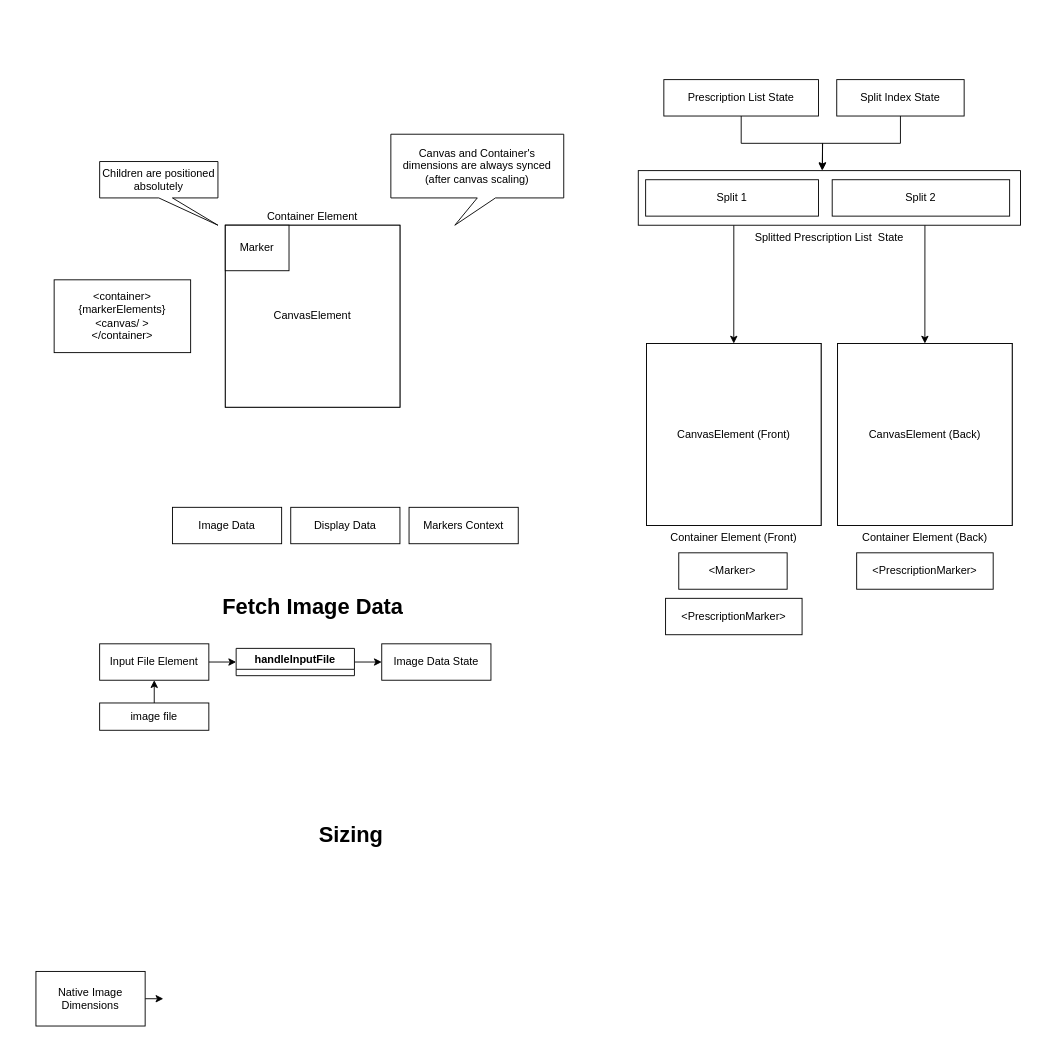
Before: page "Display" (3 of 9) of flowchart.drawio in jogaleon/prescription-writing-react-ts, a draw.io diagram. Source tidied: cells renumbered, new cells numbered last; positions are measured from the earlier drawing's top-left corner, leaving out a move shared by most shapes. Both pictures are drawn from the tidied source at 91%, with x=0, y=0 at pixel (35, 79).
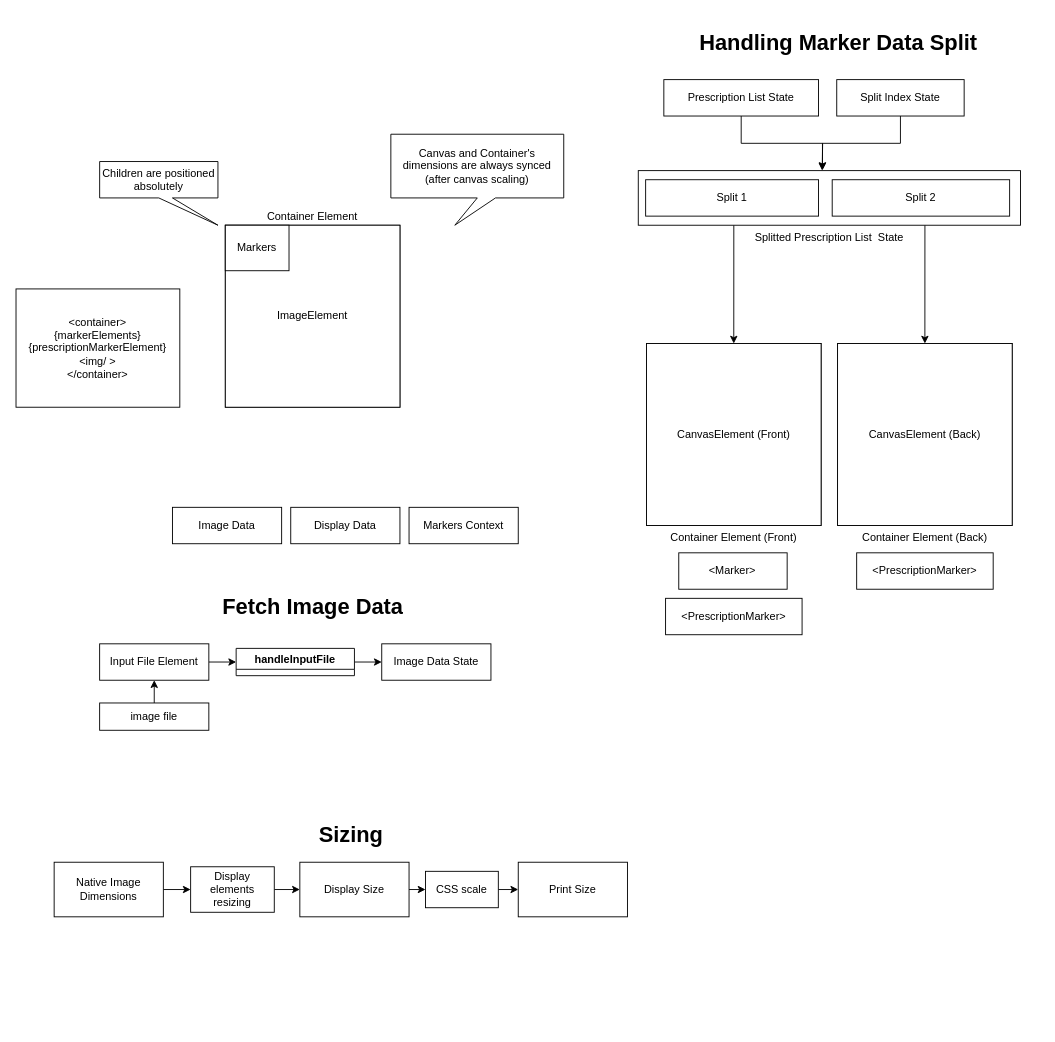
The same diagram, later.

Commit message (it also covers changes not shown here):
printStyle now handles hiding of marker guidelines with CSS

Diff of the diagram source:
```diff
@@
-    <mxCell id="16" value="CanvasElement" style="rounded=0;whiteSpace=wrap;html=1;" parent="1" vertex="1">
+    <mxCell id="16" value="ImageElement" style="rounded=0;whiteSpace=wrap;html=1;" parent="1" vertex="1">
       <mxGeometry x="208.1" y="160" width="191.9" height="200" as="geometry" />
     </mxCell>
-    <mxCell id="17" value="&amp;lt;container&amp;gt;&lt;br&gt;{markerElements}&lt;br&gt;&amp;lt;canvas/ &amp;gt;&lt;br&gt;&amp;lt;/container&amp;gt;" style="rounded=0;whiteSpace=wrap;html=1;" parent="1" vertex="1">
-      <mxGeometry x="20" y="220" width="150" height="80" as="geometry" />
+    <mxCell id="17" value="&amp;lt;container&amp;gt;&lt;br&gt;{markerElements}&lt;br&gt;{prescriptionMarkerElement}&lt;br&gt;&amp;lt;img/ &amp;gt;&lt;br&gt;&amp;lt;/container&amp;gt;" style="rounded=0;whiteSpace=wrap;html=1;" parent="1" vertex="1">
+      <mxGeometry x="-21.9" y="230" width="180" height="130" as="geometry" />
     </mxCell>
-    <mxCell id="18" value="Marker" style="rounded=0;whiteSpace=wrap;html=1;" parent="1" vertex="1">
+    <mxCell id="18" value="Markers" style="rounded=0;whiteSpace=wrap;html=1;" parent="1" vertex="1">
       <mxGeometry x="208.1" y="160" width="70" height="50" as="geometry" />
     </mxCell>
@@
-    <mxCell id="38" style="edgeStyle=orthogonalEdgeStyle;rounded=0;jettySize=auto;html=1;exitX=1;exitY=0.5;exitDx=0;exitDy=0;entryX=0;entryY=0.5;entryDx=0;entryDy=0;" parent="1" edge="1" source="39">
-      <mxGeometry relative="1" as="geometry">
-        <mxPoint x="140" y="1010" as="targetPoint" />
-      </mxGeometry>
-    </mxCell>
+    <mxCell id="40" style="edgeStyle=orthogonalEdgeStyle;rounded=0;jettySize=auto;html=1;exitX=1;exitY=0.5;exitDx=0;exitDy=0;entryX=0;entryY=0.5;entryDx=0;entryDy=0;" parent="1" edge="1" source="39" target="47">
+      <mxGeometry relative="1" as="geometry" />
+    </mxCell>
     <mxCell id="39" value="Native Image Dimensions" style="rounded=0;whiteSpace=wrap;html=1;" parent="1" vertex="1">
-      <mxGeometry y="980" width="120" height="60" as="geometry" />
+      <mxGeometry x="20" y="860" width="120" height="60" as="geometry" />
     </mxCell>
+    <mxCell id="41" style="edgeStyle=orthogonalEdgeStyle;rounded=0;jettySize=auto;html=1;exitX=1;exitY=0.5;exitDx=0;exitDy=0;entryX=0;entryY=0.5;entryDx=0;entryDy=0;" parent="1" edge="1" source="42" target="45">
+      <mxGeometry relative="1" as="geometry" />
+    </mxCell>
+    <mxCell id="42" value="Display Size" style="rounded=0;whiteSpace=wrap;html=1;" parent="1" vertex="1">
+      <mxGeometry x="290" y="860" width="120" height="60" as="geometry" />
+    </mxCell>
+    <mxCell id="43" value="Print Size" style="rounded=0;whiteSpace=wrap;html=1;" parent="1" vertex="1">
+      <mxGeometry x="530" y="860" width="120" height="60" as="geometry" />
+    </mxCell>
+    <mxCell id="44" style="edgeStyle=orthogonalEdgeStyle;rounded=0;jettySize=auto;html=1;exitX=1;exitY=0.5;exitDx=0;exitDy=0;entryX=0;entryY=0.5;entryDx=0;entryDy=0;" parent="1" edge="1" source="45" target="43">
+      <mxGeometry relative="1" as="geometry" />
+    </mxCell>
+    <mxCell id="45" value="CSS scale" style="rounded=0;whiteSpace=wrap;html=1;" parent="1" vertex="1">
+      <mxGeometry x="428.1" y="870" width="80" height="40" as="geometry" />
+    </mxCell>
+    <mxCell id="46" style="edgeStyle=orthogonalEdgeStyle;rounded=0;jettySize=auto;html=1;exitX=1;exitY=0.5;exitDx=0;exitDy=0;entryX=0;entryY=0.5;entryDx=0;entryDy=0;" parent="1" edge="1" source="47" target="42">
+      <mxGeometry relative="1" as="geometry" />
+    </mxCell>
+    <mxCell id="47" value="Display elements resizing" style="rounded=0;whiteSpace=wrap;html=1;" parent="1" vertex="1">
+      <mxGeometry x="170" y="865" width="91.9" height="50" as="geometry" />
+    </mxCell>
+    <mxCell id="48" value="&lt;h1&gt;Handling Marker Data Split&lt;/h1&gt;" style="text;html=1;strokeColor=none;fillColor=none;spacing=5;spacingTop=-20;whiteSpace=wrap;overflow=hidden;rounded=0;align=center;" parent="1" vertex="1">
+      <mxGeometry x="661.9" y="-60" width="440" height="50" as="geometry" />
+    </mxCell>
```
